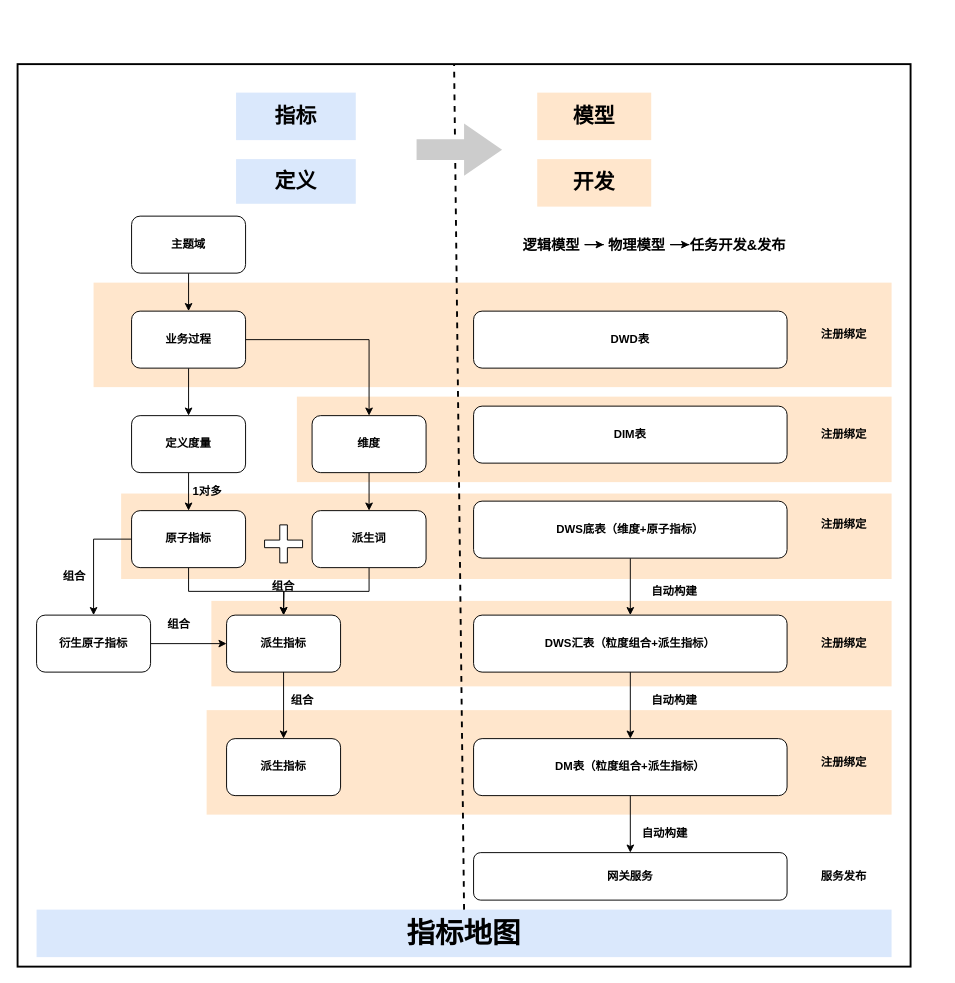
The draw.io diagram mt指标建设.drawio in mineminemine123/work-wiki, before the edit. Source tidied: cells renumbered, new cells numbered last; positions are measured from the earlier drawing's top-left corner, leaving out a move shared by most shapes. Both pictures are drawn from the tidied source at 95%, with x=0, y=0 at pixel (17, 64).
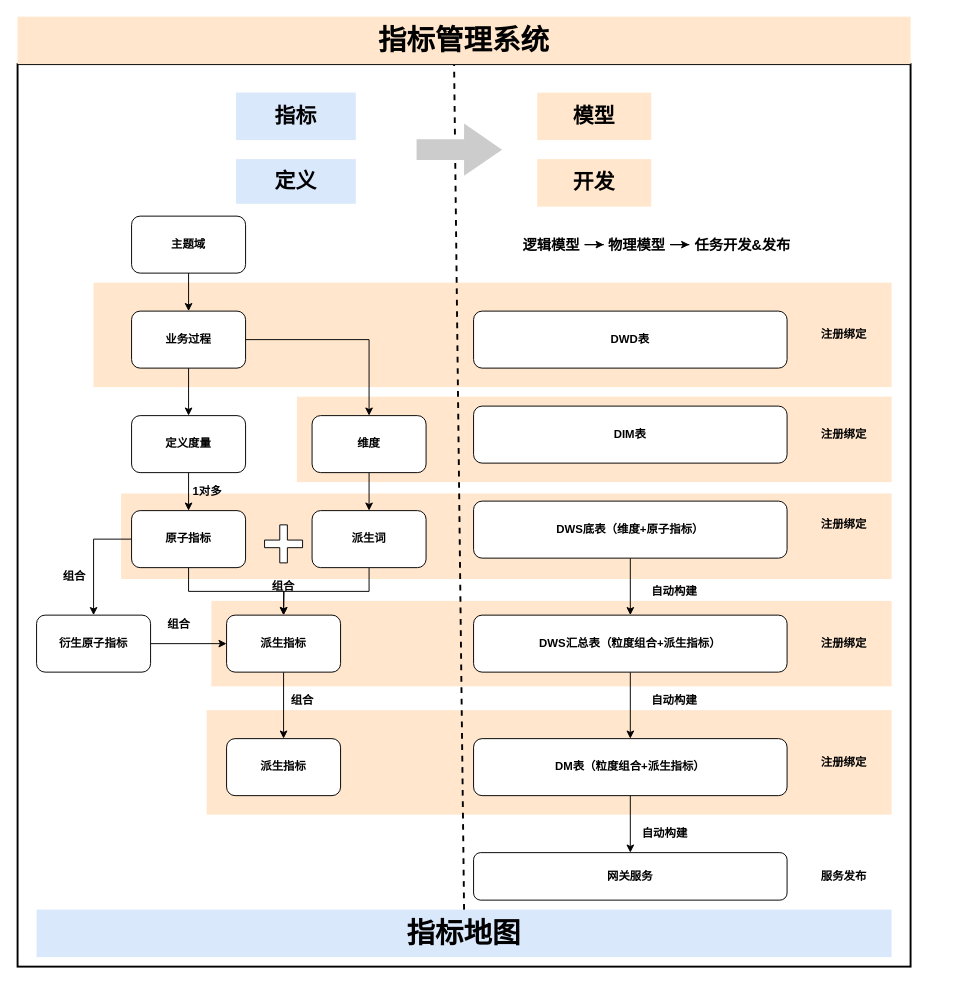
Above is the later version.

Commit message:
更新mt指标建设.drawio

The edit, as a diff of the source:
```diff
@@
-    <mxCell id="36" value="DWS汇表（粒度组合+派生指标）" style="rounded=1;whiteSpace=wrap;html=1;fontStyle=1;fontFamily=微软雅黑;" parent="1" vertex="1">
+    <mxCell id="36" value="DWS汇总表（粒度组合+派生指标）" style="rounded=1;whiteSpace=wrap;html=1;fontStyle=1;fontFamily=微软雅黑;" parent="1" vertex="1">
       <mxGeometry x="480" y="580" width="330" height="60" as="geometry" />
     </mxCell>
@@
     <mxCell id="59" value="任务开发&amp;amp;发布" style="text;html=1;strokeColor=none;fillColor=none;align=center;verticalAlign=middle;whiteSpace=wrap;rounded=0;fontStyle=1;fontSize=15;fontFamily=微软雅黑;" parent="1" vertex="1">
-      <mxGeometry x="707" y="180" width="103" height="20" as="geometry" />
+      <mxGeometry x="707" y="180" width="113" height="20" as="geometry" />
     </mxCell>
@@
+    <mxCell id="63" value="&lt;span style=&quot;font-size: 30px;&quot;&gt;指标管理系统&lt;/span&gt;" style="rounded=0;whiteSpace=wrap;html=1;fontStyle=1;fillColor=#ffe6cc;strokeColor=none;fontFamily=微软雅黑;" parent="1" vertex="1">
+      <mxGeometry y="-50" width="940" height="50" as="geometry" />
+    </mxCell>
```
